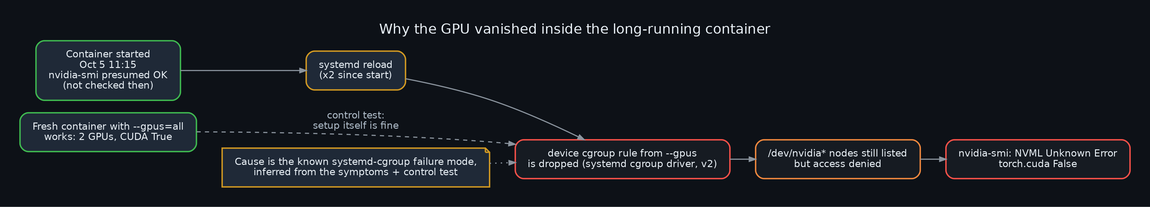
Above: diagrams/18_gpu_failure_root_cause.png in danindiana/hermes-web-search-ddgs (Graphviz), before the change. Its source is kept beside it as diagrams/18_gpu_failure_root_cause.dot. The source it was exported from:
```dot
digraph g {
graph [bgcolor="#0d1117", rankdir=LR, fontname="Helvetica", fontcolor="#e6edf3", labelloc="t", fontsize=20, pad=0.4];
node  [fontname="Helvetica", fontcolor="#e6edf3", color="#30363d", style="filled,rounded", shape=box, penwidth=2, margin="0.25,0.18", fillcolor="#161b22"];
edge  [color="#8b949e", fontname="Helvetica", fontcolor="#adbac7", penwidth=1.6, arrowsize=0.9];
label="Why the GPU vanished inside the long-running container";
a [label="Container started\nOct 5 11:15\nnvidia-smi presumed OK\n(not checked then)", color="#3fb950", fillcolor="#1f2937"];
b [label="systemd reload\n(x2 since start)", color="#d29922", fillcolor="#1f2937"];
c [label="device cgroup rule from --gpus\nis dropped (systemd cgroup driver, v2)", color="#f85149"];
d [label="/dev/nvidia* nodes still listed\nbut access denied", color="#f0883e"];
e [label="nvidia-smi: NVML Unknown Error\ntorch.cuda False", color="#f85149"];
f [label="Fresh container with --gpus=all\nworks: 2 GPUs, CUDA True", color="#3fb950", fillcolor="#1f2937"];
a->b->c->d->e; f->c [style=dashed, label="control test:\nsetup itself is fine", constraint=false];
n [label="Cause is the known systemd-cgroup failure mode,\ninferred from the symptoms + control test", color="#d29922", fillcolor="#1f2937", shape=note]; n->c [style=dotted];
}
```
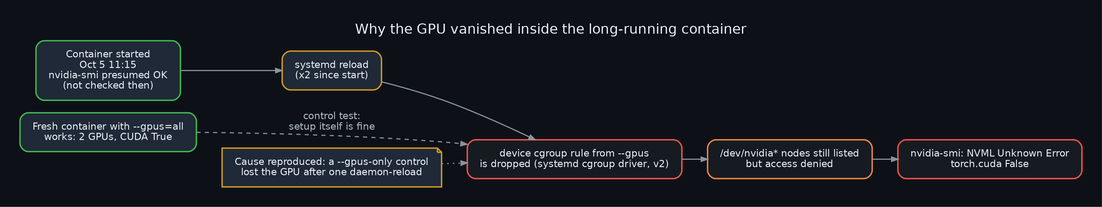
Later version of the same file.

Commit message:
Document daemon-reload GPU test (confirms fix), add diagram 25, correct sudo claim

The edit, as a diff of the source:
```diff
@@ -10,5 +10,5 @@
 e [label="nvidia-smi: NVML Unknown Error\ntorch.cuda False", color="#f85149"];
 f [label="Fresh container with --gpus=all\nworks: 2 GPUs, CUDA True", color="#3fb950", fillcolor="#1f2937"];
 a->b->c->d->e; f->c [style=dashed, label="control test:\nsetup itself is fine", constraint=false];
-n [label="Cause is the known systemd-cgroup failure mode,\ninferred from the symptoms + control test", color="#d29922", fillcolor="#1f2937", shape=note]; n->c [style=dotted];
+n [label="Cause reproduced: a --gpus-only control\nlost the GPU after one daemon-reload", color="#d29922", fillcolor="#1f2937", shape=note]; n->c [style=dotted];
 }
```
